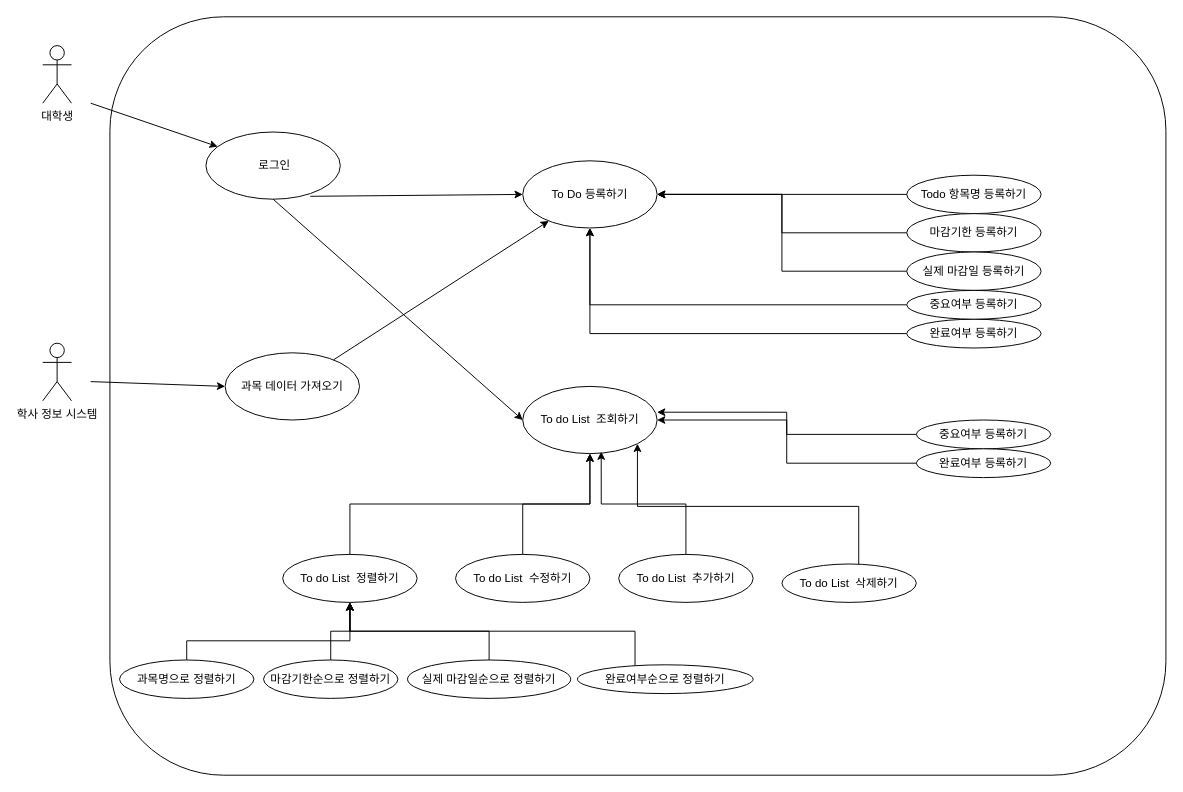
This is doc/02_RA/Team3/To_do_List.drawio from eunbi-kim/24_2_W_SeProj, a draw.io file, before an edit. Source tidied: cells renumbered, new cells numbered last; positions are measured from the earlier drawing's top-left corner, leaving out a move shared by most shapes. Both pictures are drawn from the tidied source at 96%, with x=0, y=0 at pixel (42, 16).
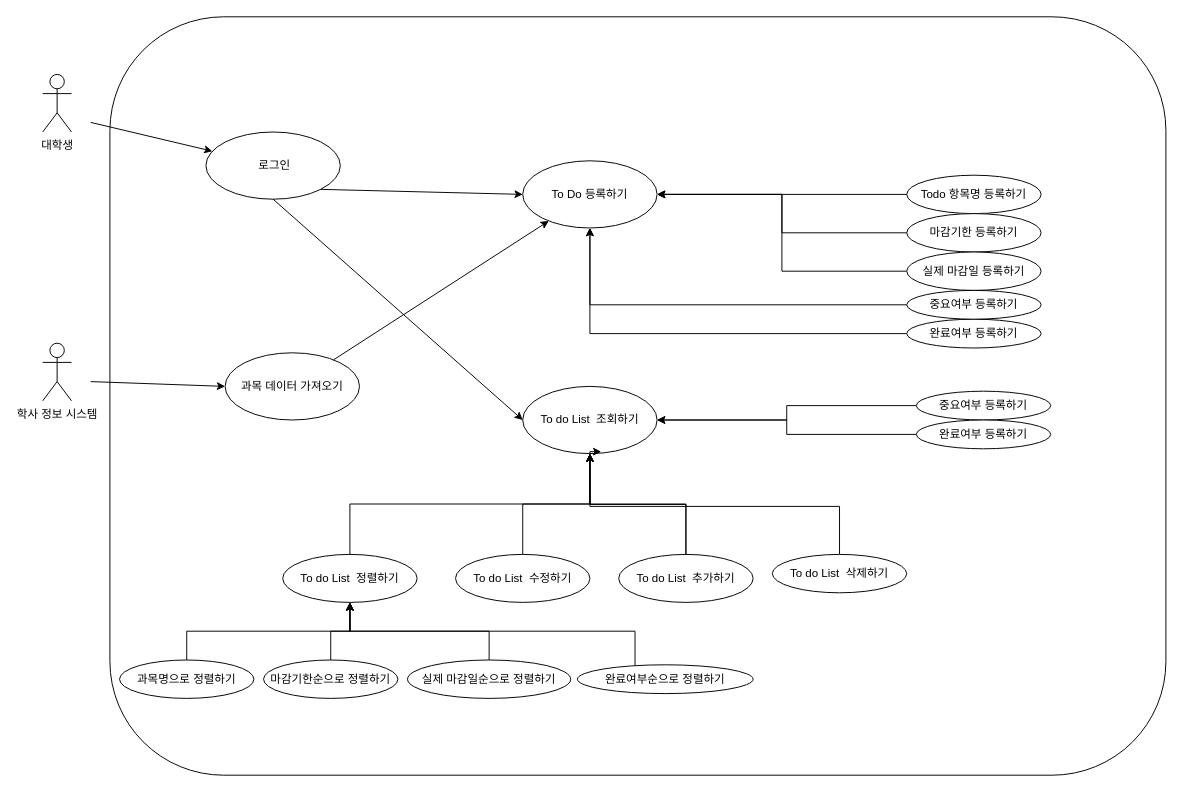
The same diagram, later.

Unchanged cells that the change refers to:
```xml
<mxCell id="4" value="&amp;nbsp;로그인" style="ellipse;whiteSpace=wrap;html=1;" parent="1" vertex="1">
  <mxGeometry x="170" y="120" width="140" height="70" as="geometry" />
</mxCell>
<mxCell id="7" value="To Do 등록하기" style="ellipse;whiteSpace=wrap;html=1;" parent="1" vertex="1">
  <mxGeometry x="500" y="150" width="140" height="70" as="geometry" />
</mxCell>
<mxCell id="8" value="To do List&amp;nbsp; 조회하기" style="ellipse;whiteSpace=wrap;html=1;" parent="1" vertex="1">
  <mxGeometry x="500" y="385" width="140" height="70" as="geometry" />
</mxCell>
<mxCell id="30" value="To do List&amp;nbsp; 추가하기" style="ellipse;whiteSpace=wrap;html=1;" parent="1" vertex="1">
  <mxGeometry x="600" y="560" width="140" height="50" as="geometry" />
</mxCell>
<mxCell id="35" value="To do List&amp;nbsp; 정렬하기" style="ellipse;whiteSpace=wrap;html=1;" parent="1" vertex="1">
  <mxGeometry x="250" y="560" width="140" height="50" as="geometry" />
</mxCell>
<mxCell id="37" value="과목명으로 정렬하기" style="ellipse;whiteSpace=wrap;html=1;" parent="1" vertex="1">
  <mxGeometry x="80" y="670" width="140" height="40" as="geometry" />
</mxCell>
```

Diff of the diagram source:
```diff
@@
     <mxCell id="3" value="대학생" style="shape=umlActor;verticalLabelPosition=bottom;verticalAlign=top;html=1;" parent="1" vertex="1">
-      <mxGeometry y="30" width="30" height="60" as="geometry" />
+      <mxGeometry y="60" width="30" height="60" as="geometry" />
     </mxCell>
@@
     <mxCell id="5" style="endArrow=classic;html=1;rounded=0;" parent="1" edge="1" target="4">
       <mxGeometry relative="1" as="geometry">
-        <mxPoint x="50" y="90" as="sourcePoint" />
+        <mxPoint x="50" y="110" as="sourcePoint" />
       </mxGeometry>
     </mxCell>
@@
-    <mxCell id="9" style="endArrow=classic;html=1;rounded=0;entryX=0;entryY=0.5;entryDx=0;entryDy=0;exitX=0.777;exitY=0.957;exitDx=0;exitDy=0;exitPerimeter=0;" parent="1" edge="1" source="4" target="7">
+    <mxCell id="9" style="endArrow=classic;html=1;rounded=0;entryX=0;entryY=0.5;entryDx=0;entryDy=0;exitX=1;exitY=1;exitDx=0;exitDy=0;" parent="1" edge="1" source="4" target="7">
       <mxGeometry relative="1" as="geometry" />
     </mxCell>
@@
+    <mxCell id="25" style="edgeStyle=orthogonalEdgeStyle;rounded=0;jettySize=auto;html=1;" parent="1" edge="1" source="24" target="8">
+      <mxGeometry relative="1" as="geometry" />
+    </mxCell>
     <mxCell id="24" value="중요여부 등록하기" style="ellipse;whiteSpace=wrap;html=1;" parent="1" vertex="1">
-      <mxGeometry x="910" y="420" width="140" height="30" as="geometry" />
+      <mxGeometry x="910" y="390" width="140" height="30" as="geometry" />
     </mxCell>
-    <mxCell id="25" style="edgeStyle=orthogonalEdgeStyle;rounded=0;jettySize=auto;html=1;entryX=1;entryY=0.384;entryDx=0;entryDy=0;entryPerimeter=0;" parent="1" edge="1" source="24" target="8">
-      <mxGeometry relative="1" as="geometry" />
-    </mxCell>
     <mxCell id="26" style="edgeStyle=orthogonalEdgeStyle;rounded=0;jettySize=auto;html=1;" parent="1" edge="1" source="27" target="8">
-      <mxGeometry relative="1" as="geometry">
-        <Array as="points">
-          <mxPoint x="775" y="465" />
-          <mxPoint x="775" y="420" />
-        </Array>
-      </mxGeometry>
+      <mxGeometry relative="1" as="geometry" />
     </mxCell>
     <mxCell id="27" value="완료여부 등록하기" style="ellipse;whiteSpace=wrap;html=1;" parent="1" vertex="1">
-      <mxGeometry x="910" y="450" width="140" height="30" as="geometry" />
+      <mxGeometry x="910" y="420" width="140" height="30" as="geometry" />
     </mxCell>
@@
+    <mxCell id="44" style="edgeStyle=orthogonalEdgeStyle;rounded=0;jettySize=auto;html=1;" parent="1" edge="1" source="30" target="8">
+      <mxGeometry relative="1" as="geometry" />
+    </mxCell>
@@
-    <mxCell id="31" style="edgeStyle=orthogonalEdgeStyle;rounded=0;jettySize=auto;html=1;entryX=1;entryY=1;entryDx=0;entryDy=0;" parent="1" edge="1" source="32" target="8">
+    <mxCell id="31" style="edgeStyle=orthogonalEdgeStyle;rounded=0;jettySize=auto;html=1;" parent="1" edge="1" source="32" target="8">
       <mxGeometry relative="1" as="geometry">
         <Array as="points">
-          <mxPoint x="850" y="510" />
-          <mxPoint x="620" y="510" />
+          <mxPoint x="830" y="510" />
+          <mxPoint x="570" y="510" />
         </Array>
       </mxGeometry>
     </mxCell>
     <mxCell id="32" value="To do List&amp;nbsp; 삭제하기" style="ellipse;whiteSpace=wrap;html=1;" parent="1" vertex="1">
-      <mxGeometry x="770" y="570" width="140" height="40" as="geometry" />
+      <mxGeometry x="760" y="560" width="140" height="40" as="geometry" />
     </mxCell>
     <mxCell id="33" style="edgeStyle=orthogonalEdgeStyle;rounded=0;jettySize=auto;html=1;entryX=0.584;entryY=0.971;entryDx=0;entryDy=0;entryPerimeter=0;" parent="1" edge="1" source="30" target="8">
-      <mxGeometry relative="1" as="geometry" />
+      <mxGeometry relative="1" as="geometry">
+        <Array as="points">
+          <mxPoint x="670" y="508" />
+          <mxPoint x="570" y="508" />
+          <mxPoint x="570" y="453" />
+        </Array>
+      </mxGeometry>
     </mxCell>
@@
     <mxCell id="36" style="edgeStyle=orthogonalEdgeStyle;rounded=0;jettySize=auto;html=1;" parent="1" edge="1" source="37" target="35">
       <mxGeometry relative="1" as="geometry">
         <Array as="points">
-          <mxPoint x="150" y="650" />
-          <mxPoint x="320" y="650" />
+          <mxPoint x="150" y="640" />
+          <mxPoint x="320" y="640" />
         </Array>
       </mxGeometry>
     </mxCell>
```
